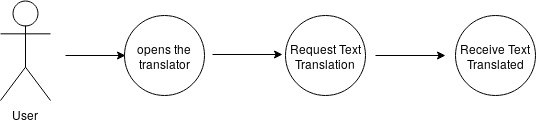
Above: testD.png in cs2901/testing-ayuda-pe (draw.io), before the change. Source tidied: cells renumbered, new cells last; positions are measured from the earlier drawing's top-left corner, leaving out a move shared by most shapes. Source of this version:
```xml
<mxGraphModel>
  <root>
    <mxCell id="0" />
    <mxCell id="1" parent="0" />
    <mxCell id="2" value="&lt;div&gt;User&lt;/div&gt;&lt;div&gt;&lt;br&gt;&lt;/div&gt;" style="shape=umlActor;verticalLabelPosition=bottom;labelBackgroundColor=#ffffff;verticalAlign=top;html=1;" parent="1" vertex="1">
      <mxGeometry width="50" height="100" as="geometry" />
    </mxCell>
    <mxCell id="3" value="opens the translator" style="ellipse;whiteSpace=wrap;html=1;" parent="1" vertex="1">
      <mxGeometry x="124" y="15" width="80" height="80" as="geometry" />
    </mxCell>
    <mxCell id="4" style="endArrow=classic;html=1;" parent="1" edge="1">
      <mxGeometry relative="1" as="geometry">
        <mxPoint x="65" y="55" as="sourcePoint" />
        <mxPoint x="125" y="55" as="targetPoint" />
      </mxGeometry>
    </mxCell>
    <mxCell id="5" style="endArrow=classic;html=1;" parent="1" edge="1">
      <mxGeometry relative="1" as="geometry">
        <mxPoint x="212" y="54" as="sourcePoint" />
        <mxPoint x="282" y="54" as="targetPoint" />
      </mxGeometry>
    </mxCell>
    <mxCell id="6" value="Request Text Translation" style="ellipse;whiteSpace=wrap;html=1;" parent="1" vertex="1">
      <mxGeometry x="285" y="15" width="80" height="80" as="geometry" />
    </mxCell>
    <mxCell id="7" style="endArrow=classic;html=1;" parent="1" edge="1">
      <mxGeometry relative="1" as="geometry">
        <mxPoint x="375" y="55" as="sourcePoint" />
        <mxPoint x="445" y="55" as="targetPoint" />
      </mxGeometry>
    </mxCell>
    <mxCell id="8" value="Receive Text Translated" style="ellipse;whiteSpace=wrap;html=1;" parent="1" vertex="1">
      <mxGeometry x="455" y="15" width="80" height="80" as="geometry" />
    </mxCell>
  </root>
</mxGraphModel>
```
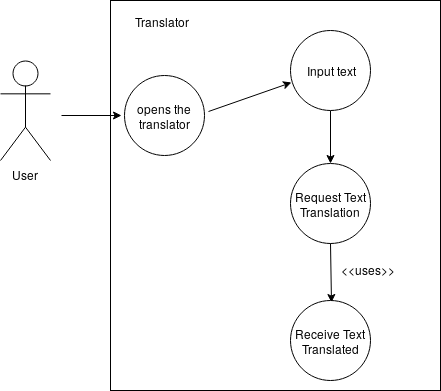
The same file after the commit.

Commit message:
Cambios de UCD y USECASES

What changed in the source:
```diff
@@ -2,6 +2,9 @@
   <root>
     <mxCell id="0" />
     <mxCell id="1" parent="0" />
+    <mxCell id="9" style="rounded=0;whiteSpace=wrap;html=1;" parent="1" vertex="1">
+      <mxGeometry x="110" y="-60" width="330" height="390" as="geometry" />
+    </mxCell>
     <mxCell id="2" value="&lt;div&gt;User&lt;/div&gt;&lt;div&gt;&lt;br&gt;&lt;/div&gt;" style="shape=umlActor;verticalLabelPosition=bottom;labelBackgroundColor=#ffffff;verticalAlign=top;html=1;" parent="1" vertex="1">
       <mxGeometry width="50" height="100" as="geometry" />
     </mxCell>
@@ -10,27 +13,38 @@
     </mxCell>
     <mxCell id="4" style="endArrow=classic;html=1;" parent="1" edge="1">
       <mxGeometry relative="1" as="geometry">
-        <mxPoint x="65" y="55" as="sourcePoint" />
-        <mxPoint x="125" y="55" as="targetPoint" />
+        <mxPoint x="61" y="55" as="sourcePoint" />
+        <mxPoint x="121" y="55" as="targetPoint" />
       </mxGeometry>
     </mxCell>
-    <mxCell id="5" style="endArrow=classic;html=1;" parent="1" edge="1">
-      <mxGeometry relative="1" as="geometry">
-        <mxPoint x="212" y="54" as="sourcePoint" />
-        <mxPoint x="282" y="54" as="targetPoint" />
-      </mxGeometry>
+    <mxCell id="5" style="endArrow=classic;html=1;exitX=0.5;exitY=1;exitDx=0;exitDy=0;entryX=0.5;entryY=0;entryDx=0;entryDy=0;" parent="1" edge="1" source="12" target="6">
+      <mxGeometry relative="1" as="geometry" />
     </mxCell>
     <mxCell id="6" value="Request Text Translation" style="ellipse;whiteSpace=wrap;html=1;" parent="1" vertex="1">
-      <mxGeometry x="285" y="15" width="80" height="80" as="geometry" />
+      <mxGeometry x="290" y="103" width="80" height="80" as="geometry" />
     </mxCell>
-    <mxCell id="7" style="endArrow=classic;html=1;" parent="1" edge="1">
+    <mxCell id="7" style="endArrow=classic;html=1;entryX=0.295;entryY=0.821;entryDx=0;entryDy=0;entryPerimeter=0;exitX=0.5;exitY=1;exitDx=0;exitDy=0;" parent="1" edge="1" source="6">
       <mxGeometry relative="1" as="geometry">
-        <mxPoint x="375" y="55" as="sourcePoint" />
-        <mxPoint x="445" y="55" as="targetPoint" />
+        <mxPoint x="331" y="242" as="targetPoint" />
       </mxGeometry>
     </mxCell>
     <mxCell id="8" value="Receive Text Translated" style="ellipse;whiteSpace=wrap;html=1;" parent="1" vertex="1">
-      <mxGeometry x="455" y="15" width="80" height="80" as="geometry" />
+      <mxGeometry x="290" y="240" width="80" height="80" as="geometry" />
     </mxCell>
+    <mxCell id="10" value="&amp;lt;&amp;lt;uses&amp;gt;&amp;gt;" style="text;html=1;align=left;verticalAlign=top;spacingTop=-4;" parent="1" vertex="1">
+      <mxGeometry x="339" y="200" width="70" height="20" as="geometry" />
+    </mxCell>
+    <mxCell id="11" value="&lt;div&gt;Translator&lt;/div&gt;" style="text;html=1;align=left;verticalAlign=top;spacingTop=-4;" parent="1" vertex="1">
+      <mxGeometry x="133" y="-48" width="70" height="20" as="geometry" />
+    </mxCell>
+    <mxCell id="12" value="Input text" style="ellipse;whiteSpace=wrap;html=1;" parent="1" vertex="1">
+      <mxGeometry x="290" y="-30" width="80" height="80" as="geometry" />
+    </mxCell>
+    <mxCell id="13" style="endArrow=classic;html=1;entryX=0.038;entryY=0.638;entryDx=0;entryDy=0;entryPerimeter=0;" parent="1" edge="1">
+      <mxGeometry relative="1" as="geometry">
+        <mxPoint x="208" y="51" as="sourcePoint" />
+        <mxPoint x="291" y="22" as="targetPoint" />
+      </mxGeometry>
+    </mxCell>
   </root>
 </mxGraphModel>
```
